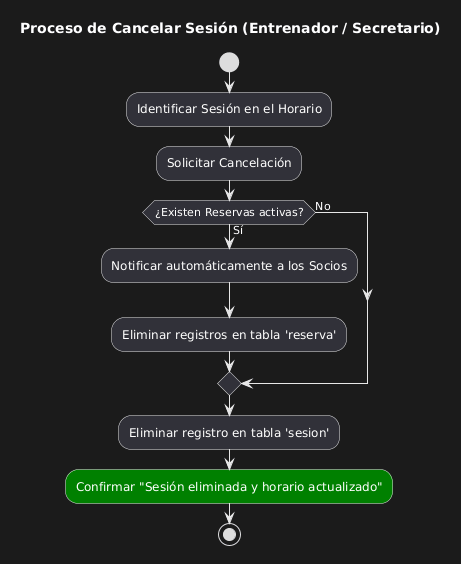
The PlantUML diagram docs/diagramasUML/DiagramaActividades/Actividad_Cancelar_Sesion.png in FerminGarridoMartinDAM/ProyectoInterModular1DAMAppGimnasio, before a commit.
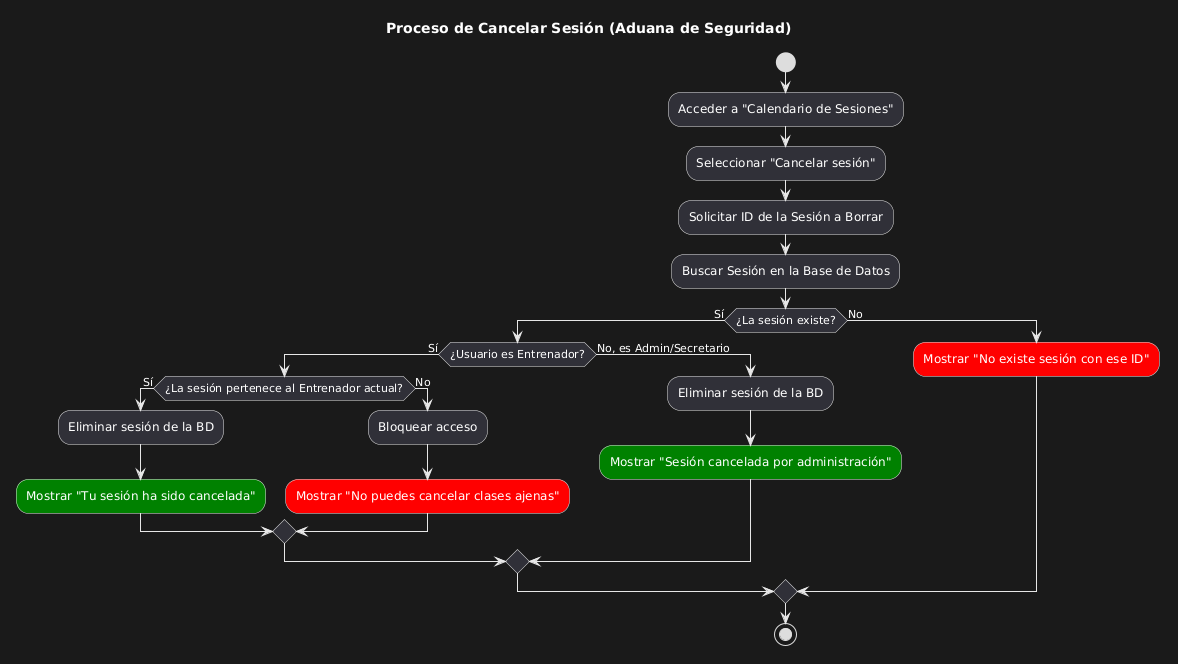
Later version of the same file.

What changed in the source:
```diff
@@ -1,19 +1,30 @@
 @startuml
-title Proceso de Cancelar Sesión (Entrenador / Secretario)
+title Proceso de Cancelar Sesión (Aduana de Seguridad)
 
 start
 
-:Identificar Sesión en el Horario;
-:Solicitar Cancelación;
+:Acceder a "Calendario de Sesiones";
+:Seleccionar "Cancelar sesión";
+:Solicitar ID de la Sesión a Borrar;
 
-if (¿Existen Reservas activas?) then (Sí)
-  :Notificar automáticamente a los Socios;
-  :Eliminar registros en tabla 'reserva';
+:Buscar Sesión en la Base de Datos;
+
+if (¿La sesión existe?) then (Sí)
+  if (¿Usuario es Entrenador?) then (Sí)
+    if (¿La sesión pertenece al Entrenador actual?) then (Sí)
+      :Eliminar sesión de la BD;
+      :Mostrar "Tu sesión ha sido cancelada"; <<#green>>
+    else (No)
+      :Bloquear acceso;
+      :Mostrar "No puedes cancelar clases ajenas"; <<#red>>
+    endif
+  else (No, es Admin/Secretario)
+    :Eliminar sesión de la BD;
+    :Mostrar "Sesión cancelada por administración"; <<#green>>
+  endif
 else (No)
+  :Mostrar "No existe sesión con ese ID"; <<#red>>
 endif
-
-:Eliminar registro en tabla 'sesion';
-:Confirmar "Sesión eliminada y horario actualizado"; <<#green>>
 
 stop
 @enduml
```
